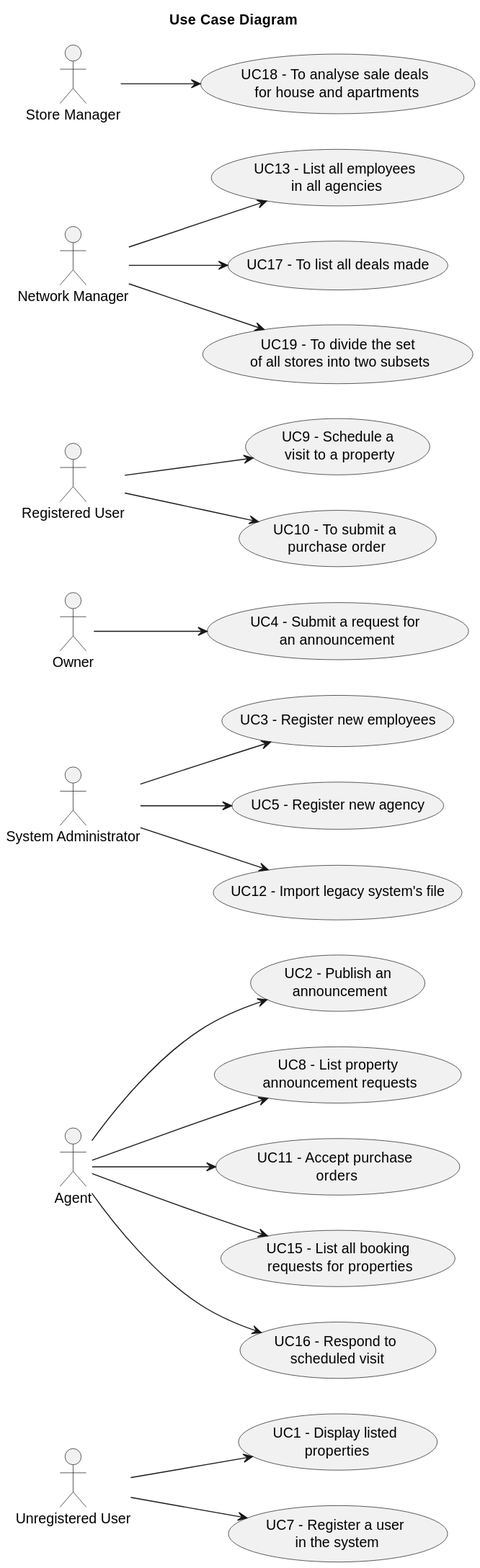
The PlantUML diagram docs/sprintD/global-artifacts/01.requirements-engineering/svg/use-case-diagram.svg in rita-barbosa/LAPR2-2223, before a commit.
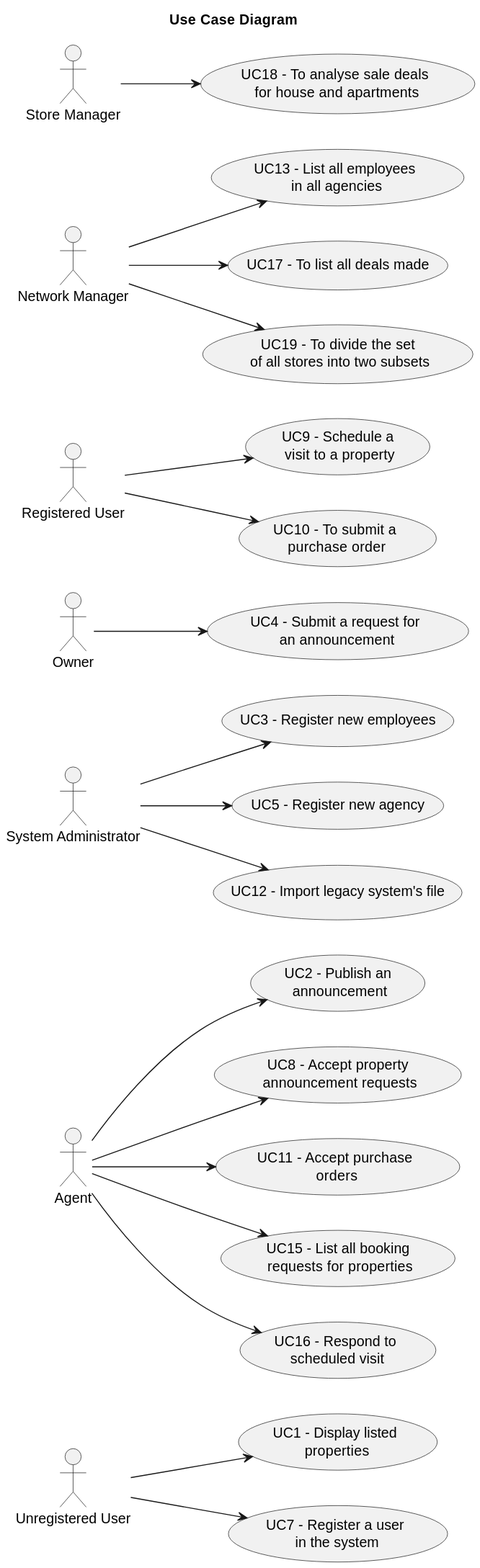
Later version of the same file.

Commit message:
Update Use Case diagram [All][Global artifacts]

What changed in the source:
```diff
@@ -21,7 +21,7 @@
         "System Administrator" --> UC5
     usecase "UC7 - Register a user\n in the system" as UC7
         "Unregistered User" --> UC7
-    usecase "UC8 - List property\n announcement requests" as UC8
+    usecase "UC8 - Accept property\n announcement requests" as UC8
        "Agent" --> UC8
     usecase "UC9 - Schedule a\n visit to a property" as UC9
        "Registered User" --> UC9
```
